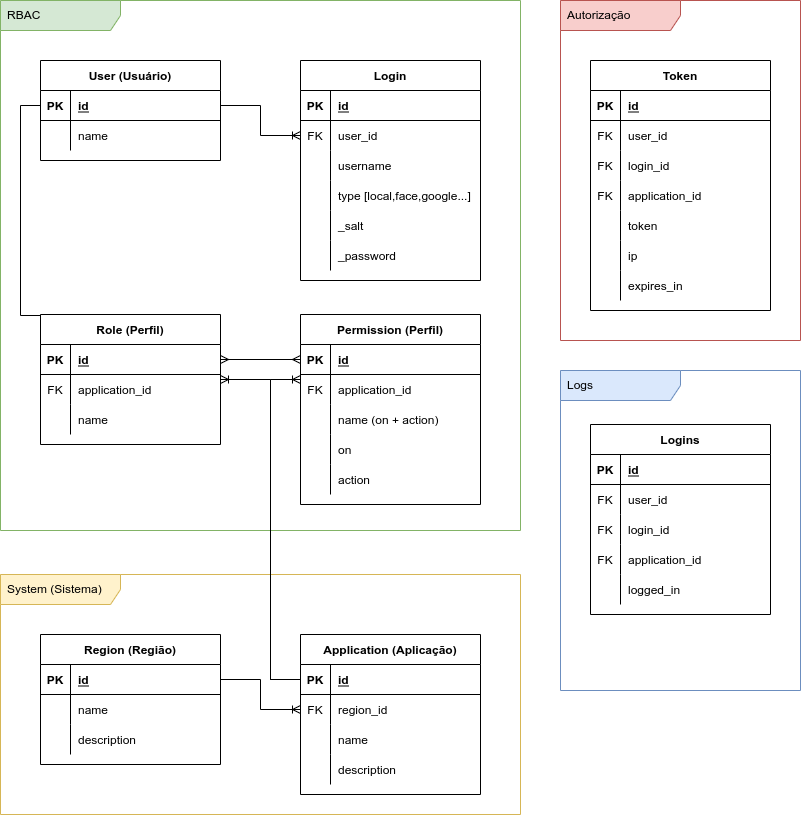
Earlier version of the draw.io export docs/src/assets/diagram_database.png (thalamusfiles/iam). Source tidied: cells renumbered, new cells last; positions are measured from the earlier drawing's top-left corner, leaving out a move shared by most shapes.
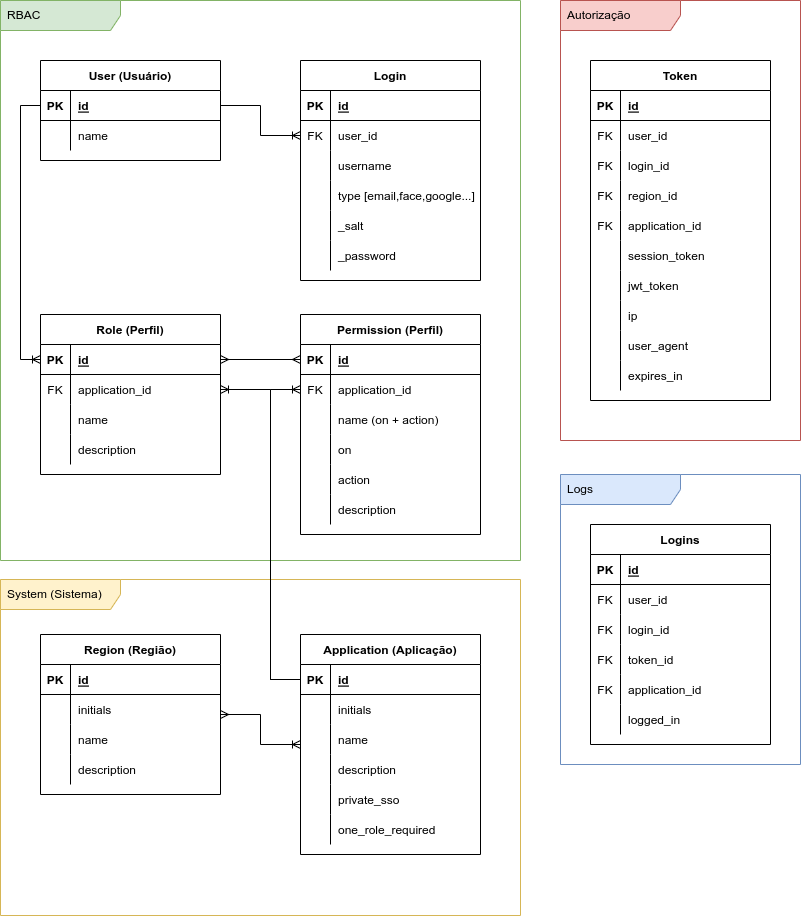
Above is the later version.

The edit, as a diff of the source:
```diff
@@ -3,16 +3,16 @@
     <mxCell id="0" />
     <mxCell id="1" parent="0" />
     <mxCell id="2" value="RBAC" style="shape=umlFrame;whiteSpace=wrap;html=1;width=120;height=30;boundedLbl=1;verticalAlign=middle;align=left;spacingLeft=5;fillColor=#d5e8d4;strokeColor=#82b366;swimlaneFillColor=default;" parent="1" vertex="1">
-      <mxGeometry width="520" height="530" as="geometry" />
+      <mxGeometry width="520" height="560" as="geometry" />
     </mxCell>
     <mxCell id="3" value="Autorização" style="shape=umlFrame;whiteSpace=wrap;html=1;width=120;height=30;boundedLbl=1;verticalAlign=middle;align=left;spacingLeft=5;fillColor=#f8cecc;strokeColor=#b85450;swimlaneFillColor=default;" parent="1" vertex="1">
-      <mxGeometry x="560" width="240" height="340" as="geometry" />
+      <mxGeometry x="560" width="240" height="440" as="geometry" />
     </mxCell>
     <mxCell id="4" style="edgeStyle=orthogonalEdgeStyle;rounded=0;jettySize=auto;html=1;endArrow=ERoneToMany;endFill=0;" parent="1" edge="1" source="6" target="13">
       <mxGeometry relative="1" as="geometry">
         <Array as="points">
           <mxPoint x="20" y="105" />
-          <mxPoint x="20" y="315" />
+          <mxPoint x="20" y="359" />
         </Array>
       </mxGeometry>
     </mxCell>
@@ -38,7 +38,7 @@
       <mxGeometry x="30" width="150" height="30" as="geometry" />
     </mxCell>
     <mxCell id="12" value="Role (Perfil)" style="shape=table;startSize=30;rowLines=0;fontStyle=1;align=center;" parent="1" vertex="1">
-      <mxGeometry x="40" y="314" width="180" height="130" as="geometry" />
+      <mxGeometry x="40" y="314" width="180" height="160" as="geometry" />
     </mxCell>
     <mxCell id="13" style="shape=tableRow;horizontal=0;startSize=0;swimlaneHead=0;swimlaneBody=0;fillColor=none;points=[[0,0.5],[1,0.5]];portConstraint=eastwest;top=0;left=0;right=0;bottom=1;" parent="12" vertex="1">
       <mxGeometry y="30" width="180" height="30" as="geometry" />
@@ -67,11 +67,20 @@
     <mxCell id="21" value="name" style="shape=partialRectangle;fillColor=none;top=0;left=0;bottom=0;right=0;align=left;spacingLeft=6;overflow=hidden;" parent="19" vertex="1">
       <mxGeometry x="30" width="150" height="30" as="geometry" />
     </mxCell>
+    <mxCell id="125" style="shape=tableRow;horizontal=0;startSize=0;swimlaneHead=0;swimlaneBody=0;fillColor=none;top=0;left=0;right=0;bottom=0;" parent="12" vertex="1">
+      <mxGeometry y="120" width="180" height="30" as="geometry" />
+    </mxCell>
+    <mxCell id="126" style="shape=partialRectangle;fillColor=none;top=0;left=0;bottom=0;right=0;overflow=hidden;" parent="125" vertex="1">
+      <mxGeometry width="30" height="30" as="geometry" />
+    </mxCell>
+    <mxCell id="127" value="description" style="shape=partialRectangle;fillColor=none;top=0;left=0;bottom=0;right=0;align=left;spacingLeft=6;overflow=hidden;" parent="125" vertex="1">
+      <mxGeometry x="30" width="150" height="30" as="geometry" />
+    </mxCell>
     <mxCell id="22" value="System (Sistema)" style="shape=umlFrame;whiteSpace=wrap;html=1;width=120;height=30;boundedLbl=1;verticalAlign=middle;align=left;spacingLeft=5;fillColor=#fff2cc;strokeColor=#d6b656;swimlaneFillColor=default;" parent="1" vertex="1">
-      <mxGeometry y="574" width="520" height="240" as="geometry" />
+      <mxGeometry y="579" width="520" height="336" as="geometry" />
     </mxCell>
     <mxCell id="23" value="Permission (Perfil)" style="shape=table;startSize=30;rowLines=0;fontStyle=1;align=center;" parent="1" vertex="1">
-      <mxGeometry x="300" y="314" width="180" height="190" as="geometry" />
+      <mxGeometry x="300" y="314" width="180" height="220" as="geometry" />
     </mxCell>
     <mxCell id="24" style="shape=tableRow;horizontal=0;startSize=0;swimlaneHead=0;swimlaneBody=0;fillColor=none;points=[[0,0.5],[1,0.5]];portConstraint=eastwest;top=0;left=0;right=0;bottom=1;" parent="23" vertex="1">
       <mxGeometry y="30" width="180" height="30" as="geometry" />
@@ -118,11 +127,20 @@
     <mxCell id="38" value="action" style="shape=partialRectangle;fillColor=none;top=0;left=0;bottom=0;right=0;align=left;spacingLeft=6;overflow=hidden;" parent="36" vertex="1">
       <mxGeometry x="30" width="150" height="30" as="geometry" />
     </mxCell>
+    <mxCell id="128" style="shape=tableRow;horizontal=0;startSize=0;swimlaneHead=0;swimlaneBody=0;fillColor=none;top=0;left=0;right=0;bottom=0;" parent="23" vertex="1">
+      <mxGeometry y="180" width="180" height="30" as="geometry" />
+    </mxCell>
+    <mxCell id="129" style="shape=partialRectangle;fillColor=none;top=0;left=0;bottom=0;right=0;overflow=hidden;" parent="128" vertex="1">
+      <mxGeometry width="30" height="30" as="geometry" />
+    </mxCell>
+    <mxCell id="130" value="description" style="shape=partialRectangle;fillColor=none;top=0;left=0;bottom=0;right=0;align=left;spacingLeft=6;overflow=hidden;" parent="128" vertex="1">
+      <mxGeometry x="30" width="150" height="30" as="geometry" />
+    </mxCell>
     <mxCell id="39" style="edgeStyle=orthogonalEdgeStyle;rounded=0;jettySize=auto;html=1;endArrow=ERmany;endFill=0;startArrow=ERmany;startFill=0;" parent="1" edge="1" source="13" target="24">
       <mxGeometry relative="1" as="geometry" />
     </mxCell>
     <mxCell id="40" value="Region (Região)" style="shape=table;startSize=30;rowLines=0;fontStyle=1;align=center;" parent="1" vertex="1">
-      <mxGeometry x="40" y="634" width="180" height="130" as="geometry" />
+      <mxGeometry x="40" y="634" width="180" height="160" as="geometry" />
     </mxCell>
     <mxCell id="41" style="shape=tableRow;horizontal=0;startSize=0;swimlaneHead=0;swimlaneBody=0;fillColor=none;points=[[0,0.5],[1,0.5]];portConstraint=eastwest;top=0;left=0;right=0;bottom=1;" parent="40" vertex="1">
       <mxGeometry y="30" width="180" height="30" as="geometry" />
@@ -139,11 +157,20 @@
     <mxCell id="45" style="shape=partialRectangle;fillColor=none;top=0;left=0;bottom=0;right=0;overflow=hidden;" parent="44" vertex="1">
       <mxGeometry width="30" height="30" as="geometry" />
     </mxCell>
-    <mxCell id="46" value="name" style="shape=partialRectangle;fillColor=none;top=0;left=0;bottom=0;right=0;align=left;spacingLeft=6;overflow=hidden;" parent="44" vertex="1">
+    <mxCell id="46" value="initials" style="shape=partialRectangle;fillColor=none;top=0;left=0;bottom=0;right=0;align=left;spacingLeft=6;overflow=hidden;" parent="44" vertex="1">
       <mxGeometry x="30" width="150" height="30" as="geometry" />
     </mxCell>
+    <mxCell id="131" style="shape=tableRow;horizontal=0;startSize=0;swimlaneHead=0;swimlaneBody=0;fillColor=none;top=0;left=0;right=0;bottom=0;" parent="40" vertex="1">
+      <mxGeometry y="90" width="180" height="30" as="geometry" />
+    </mxCell>
+    <mxCell id="132" style="shape=partialRectangle;fillColor=none;top=0;left=0;bottom=0;right=0;overflow=hidden;" parent="131" vertex="1">
+      <mxGeometry width="30" height="30" as="geometry" />
+    </mxCell>
+    <mxCell id="133" value="name" style="shape=partialRectangle;fillColor=none;top=0;left=0;bottom=0;right=0;align=left;spacingLeft=6;overflow=hidden;" parent="131" vertex="1">
+      <mxGeometry x="30" width="150" height="30" as="geometry" />
+    </mxCell>
     <mxCell id="47" style="shape=tableRow;horizontal=0;startSize=0;swimlaneHead=0;swimlaneBody=0;fillColor=none;top=0;left=0;right=0;bottom=0;" parent="40" vertex="1">
-      <mxGeometry y="90" width="180" height="30" as="geometry" />
+      <mxGeometry y="120" width="180" height="30" as="geometry" />
     </mxCell>
     <mxCell id="48" style="shape=partialRectangle;fillColor=none;top=0;left=0;bottom=0;right=0;overflow=hidden;" parent="47" vertex="1">
       <mxGeometry width="30" height="30" as="geometry" />
@@ -152,7 +179,7 @@
       <mxGeometry x="30" width="150" height="30" as="geometry" />
     </mxCell>
     <mxCell id="50" value="Application (Aplicação)" style="shape=table;startSize=30;rowLines=0;fontStyle=1;align=center;" parent="1" vertex="1">
-      <mxGeometry x="300" y="634" width="180" height="160" as="geometry" />
+      <mxGeometry x="300" y="634" width="180" height="220" as="geometry" />
     </mxCell>
     <mxCell id="51" style="shape=tableRow;horizontal=0;startSize=0;swimlaneHead=0;swimlaneBody=0;fillColor=none;points=[[0,0.5],[1,0.5]];portConstraint=eastwest;top=0;left=0;right=0;bottom=1;" parent="50" vertex="1">
       <mxGeometry y="30" width="180" height="30" as="geometry" />
@@ -166,12 +193,12 @@
     <mxCell id="54" style="shape=tableRow;horizontal=0;startSize=0;swimlaneHead=0;swimlaneBody=0;fillColor=none;points=[[0,0.5],[1,0.5]];portConstraint=eastwest;top=0;left=0;right=0;bottom=0;" parent="50" vertex="1">
       <mxGeometry y="60" width="180" height="30" as="geometry" />
     </mxCell>
-    <mxCell id="55" value="FK" style="shape=partialRectangle;fillColor=none;top=0;left=0;bottom=0;right=0;fontStyle=0;overflow=hidden;" parent="54" vertex="1">
-      <mxGeometry width="30" height="30" as="geometry" />
-    </mxCell>
-    <mxCell id="56" value="region_id" style="shape=partialRectangle;fillColor=none;top=0;left=0;bottom=0;right=0;align=left;spacingLeft=6;fontStyle=0;overflow=hidden;" parent="54" vertex="1">
-      <mxGeometry x="30" width="150" height="30" as="geometry" />
-    </mxCell>
+    <mxCell id="134" style="shape=partialRectangle;fillColor=none;top=0;left=0;bottom=0;right=0;overflow=hidden;" parent="54" vertex="1">
+      <mxGeometry width="30" height="30" as="geometry" />
+    </mxCell>
+    <mxCell id="135" value="initials" style="shape=partialRectangle;fillColor=none;top=0;left=0;bottom=0;right=0;align=left;spacingLeft=6;overflow=hidden;" parent="54" vertex="1">
+      <mxGeometry x="30" width="150" height="30" as="geometry" />
+    </mxCell>
     <mxCell id="57" style="shape=tableRow;horizontal=0;startSize=0;swimlaneHead=0;swimlaneBody=0;fillColor=none;top=0;left=0;right=0;bottom=0;" parent="50" vertex="1">
       <mxGeometry y="90" width="180" height="30" as="geometry" />
     </mxCell>
@@ -190,14 +217,32 @@
     <mxCell id="62" value="description" style="shape=partialRectangle;fillColor=none;top=0;left=0;bottom=0;right=0;align=left;spacingLeft=6;overflow=hidden;" parent="60" vertex="1">
       <mxGeometry x="30" width="150" height="30" as="geometry" />
     </mxCell>
+    <mxCell id="136" style="shape=tableRow;horizontal=0;startSize=0;swimlaneHead=0;swimlaneBody=0;fillColor=none;top=0;left=0;right=0;bottom=0;" parent="50" vertex="1">
+      <mxGeometry y="150" width="180" height="30" as="geometry" />
+    </mxCell>
+    <mxCell id="137" style="shape=partialRectangle;fillColor=none;top=0;left=0;bottom=0;right=0;overflow=hidden;" parent="136" vertex="1">
+      <mxGeometry width="30" height="30" as="geometry" />
+    </mxCell>
+    <mxCell id="138" value="private_sso" style="shape=partialRectangle;fillColor=none;top=0;left=0;bottom=0;right=0;align=left;spacingLeft=6;overflow=hidden;" parent="136" vertex="1">
+      <mxGeometry x="30" width="150" height="30" as="geometry" />
+    </mxCell>
+    <mxCell id="139" style="shape=tableRow;horizontal=0;startSize=0;swimlaneHead=0;swimlaneBody=0;fillColor=none;top=0;left=0;right=0;bottom=0;" parent="50" vertex="1">
+      <mxGeometry y="180" width="180" height="30" as="geometry" />
+    </mxCell>
+    <mxCell id="140" style="shape=partialRectangle;fillColor=none;top=0;left=0;bottom=0;right=0;overflow=hidden;" parent="139" vertex="1">
+      <mxGeometry width="30" height="30" as="geometry" />
+    </mxCell>
+    <mxCell id="141" value="one_role_required" style="shape=partialRectangle;fillColor=none;top=0;left=0;bottom=0;right=0;align=left;spacingLeft=6;overflow=hidden;" parent="139" vertex="1">
+      <mxGeometry x="30" width="150" height="30" as="geometry" />
+    </mxCell>
-    <mxCell id="63" style="edgeStyle=orthogonalEdgeStyle;rounded=0;jettySize=auto;html=1;endArrow=ERoneToMany;endFill=0;" parent="1" edge="1" source="41" target="54">
+    <mxCell id="63" style="edgeStyle=orthogonalEdgeStyle;rounded=0;jettySize=auto;html=1;endArrow=ERoneToMany;endFill=0;startArrow=ERmany;startFill=0;" parent="1" edge="1" source="40" target="50">
       <mxGeometry relative="1" as="geometry" />
     </mxCell>
     <mxCell id="64" style="edgeStyle=orthogonalEdgeStyle;rounded=0;jettySize=auto;html=1;endArrow=ERoneToMany;endFill=0;" parent="1" edge="1" source="51" target="27">
       <mxGeometry relative="1" as="geometry">
         <Array as="points">
           <mxPoint x="270" y="679" />
-          <mxPoint x="270" y="379" />
+          <mxPoint x="270" y="389" />
         </Array>
       </mxGeometry>
     </mxCell>
@@ -205,7 +250,7 @@
       <mxGeometry relative="1" as="geometry">
         <Array as="points">
           <mxPoint x="270" y="679" />
-          <mxPoint x="270" y="379" />
+          <mxPoint x="270" y="389" />
         </Array>
       </mxGeometry>
     </mxCell>
@@ -245,7 +290,7 @@
     <mxCell id="77" style="shape=partialRectangle;fillColor=none;top=0;left=0;bottom=0;right=0;overflow=hidden;" parent="76" vertex="1">
       <mxGeometry width="30" height="30" as="geometry" />
     </mxCell>
-    <mxCell id="78" value="type [local,face,google...]" style="shape=partialRectangle;fillColor=none;top=0;left=0;bottom=0;right=0;align=left;spacingLeft=6;overflow=hidden;" parent="76" vertex="1">
+    <mxCell id="78" value="type [email,face,google...]" style="shape=partialRectangle;fillColor=none;top=0;left=0;bottom=0;right=0;align=left;spacingLeft=6;overflow=hidden;" parent="76" vertex="1">
       <mxGeometry x="30" width="150" height="30" as="geometry" />
     </mxCell>
     <mxCell id="79" style="shape=tableRow;horizontal=0;startSize=0;swimlaneHead=0;swimlaneBody=0;fillColor=none;top=0;left=0;right=0;bottom=0;" parent="66" vertex="1">
@@ -275,7 +320,7 @@
       </mxGeometry>
     </mxCell>
     <mxCell id="86" value="Token" style="shape=table;startSize=30;rowLines=0;fontStyle=1;align=center;" parent="1" vertex="1">
-      <mxGeometry x="590" y="60" width="180" height="250" as="geometry" />
+      <mxGeometry x="590" y="60" width="180" height="340" as="geometry" />
     </mxCell>
     <mxCell id="87" style="shape=tableRow;horizontal=0;startSize=0;swimlaneHead=0;swimlaneBody=0;fillColor=none;top=0;left=0;right=0;bottom=1;" parent="86" vertex="1">
       <mxGeometry y="30" width="180" height="30" as="geometry" />
@@ -304,8 +349,17 @@
     <mxCell id="95" value="login_id" style="shape=partialRectangle;fillColor=none;top=0;left=0;bottom=0;right=0;align=left;spacingLeft=6;fontStyle=0;overflow=hidden;" parent="93" vertex="1">
       <mxGeometry x="30" width="150" height="30" as="geometry" />
     </mxCell>
+    <mxCell id="142" style="shape=tableRow;horizontal=0;startSize=0;swimlaneHead=0;swimlaneBody=0;fillColor=none;top=0;left=0;right=0;bottom=0;" parent="86" vertex="1">
+      <mxGeometry y="120" width="180" height="30" as="geometry" />
+    </mxCell>
+    <mxCell id="143" value="FK" style="shape=partialRectangle;fillColor=none;top=0;left=0;bottom=0;right=0;fontStyle=0;overflow=hidden;" parent="142" vertex="1">
+      <mxGeometry width="30" height="30" as="geometry" />
+    </mxCell>
+    <mxCell id="56" value="region_id" style="shape=partialRectangle;fillColor=none;top=0;left=0;bottom=0;right=0;align=left;spacingLeft=6;fontStyle=0;overflow=hidden;" parent="142" vertex="1">
+      <mxGeometry x="30" width="150" height="30" as="geometry" />
+    </mxCell>
     <mxCell id="96" style="shape=tableRow;horizontal=0;startSize=0;swimlaneHead=0;swimlaneBody=0;fillColor=none;top=0;left=0;right=0;bottom=0;" parent="86" vertex="1">
-      <mxGeometry y="120" width="180" height="30" as="geometry" />
+      <mxGeometry y="150" width="180" height="30" as="geometry" />
     </mxCell>
     <mxCell id="97" value="FK" style="shape=partialRectangle;fillColor=none;top=0;left=0;bottom=0;right=0;fontStyle=0;overflow=hidden;" parent="96" vertex="1">
       <mxGeometry width="30" height="30" as="geometry" />
@@ -313,17 +367,26 @@
     <mxCell id="98" value="application_id" style="shape=partialRectangle;fillColor=none;top=0;left=0;bottom=0;right=0;align=left;spacingLeft=6;fontStyle=0;overflow=hidden;" parent="96" vertex="1">
       <mxGeometry x="30" width="150" height="30" as="geometry" />
     </mxCell>
+    <mxCell id="144" style="shape=tableRow;horizontal=0;startSize=0;swimlaneHead=0;swimlaneBody=0;fillColor=none;top=0;left=0;right=0;bottom=0;" parent="86" vertex="1">
+      <mxGeometry y="180" width="180" height="30" as="geometry" />
+    </mxCell>
+    <mxCell id="145" style="shape=partialRectangle;fillColor=none;top=0;left=0;bottom=0;right=0;overflow=hidden;" parent="144" vertex="1">
+      <mxGeometry width="30" height="30" as="geometry" />
+    </mxCell>
+    <mxCell id="146" value="session_token" style="shape=partialRectangle;fillColor=none;top=0;left=0;bottom=0;right=0;align=left;spacingLeft=6;overflow=hidden;" parent="144" vertex="1">
+      <mxGeometry x="30" width="150" height="30" as="geometry" />
+    </mxCell>
     <mxCell id="99" style="shape=tableRow;horizontal=0;startSize=0;swimlaneHead=0;swimlaneBody=0;fillColor=none;top=0;left=0;right=0;bottom=0;" parent="86" vertex="1">
-      <mxGeometry y="150" width="180" height="30" as="geometry" />
+      <mxGeometry y="210" width="180" height="30" as="geometry" />
     </mxCell>
     <mxCell id="100" style="shape=partialRectangle;fillColor=none;top=0;left=0;bottom=0;right=0;overflow=hidden;" parent="99" vertex="1">
       <mxGeometry width="30" height="30" as="geometry" />
     </mxCell>
-    <mxCell id="101" value="token" style="shape=partialRectangle;fillColor=none;top=0;left=0;bottom=0;right=0;align=left;spacingLeft=6;overflow=hidden;" parent="99" vertex="1">
+    <mxCell id="101" value="jwt_token" style="shape=partialRectangle;fillColor=none;top=0;left=0;bottom=0;right=0;align=left;spacingLeft=6;overflow=hidden;" parent="99" vertex="1">
       <mxGeometry x="30" width="150" height="30" as="geometry" />
     </mxCell>
     <mxCell id="102" style="shape=tableRow;horizontal=0;startSize=0;swimlaneHead=0;swimlaneBody=0;fillColor=none;top=0;left=0;right=0;bottom=0;" parent="86" vertex="1">
-      <mxGeometry y="180" width="180" height="30" as="geometry" />
+      <mxGeometry y="240" width="180" height="30" as="geometry" />
     </mxCell>
     <mxCell id="103" style="shape=partialRectangle;fillColor=none;top=0;left=0;bottom=0;right=0;overflow=hidden;" parent="102" vertex="1">
       <mxGeometry width="30" height="30" as="geometry" />
@@ -331,8 +394,17 @@
     <mxCell id="104" value="ip" style="shape=partialRectangle;fillColor=none;top=0;left=0;bottom=0;right=0;align=left;spacingLeft=6;overflow=hidden;" parent="102" vertex="1">
       <mxGeometry x="30" width="150" height="30" as="geometry" />
     </mxCell>
+    <mxCell id="147" style="shape=tableRow;horizontal=0;startSize=0;swimlaneHead=0;swimlaneBody=0;fillColor=none;top=0;left=0;right=0;bottom=0;" parent="86" vertex="1">
+      <mxGeometry y="270" width="180" height="30" as="geometry" />
+    </mxCell>
+    <mxCell id="148" style="shape=partialRectangle;fillColor=none;top=0;left=0;bottom=0;right=0;overflow=hidden;" parent="147" vertex="1">
+      <mxGeometry width="30" height="30" as="geometry" />
+    </mxCell>
+    <mxCell id="149" value="user_agent" style="shape=partialRectangle;fillColor=none;top=0;left=0;bottom=0;right=0;align=left;spacingLeft=6;overflow=hidden;" parent="147" vertex="1">
+      <mxGeometry x="30" width="150" height="30" as="geometry" />
+    </mxCell>
     <mxCell id="105" style="shape=tableRow;horizontal=0;startSize=0;swimlaneHead=0;swimlaneBody=0;fillColor=none;top=0;left=0;right=0;bottom=0;" parent="86" vertex="1">
-      <mxGeometry y="210" width="180" height="30" as="geometry" />
+      <mxGeometry y="300" width="180" height="30" as="geometry" />
     </mxCell>
     <mxCell id="106" style="shape=partialRectangle;fillColor=none;top=0;left=0;bottom=0;right=0;overflow=hidden;" parent="105" vertex="1">
       <mxGeometry width="30" height="30" as="geometry" />
@@ -341,10 +413,10 @@
       <mxGeometry x="30" width="150" height="30" as="geometry" />
     </mxCell>
     <mxCell id="108" value="Logs" style="shape=umlFrame;whiteSpace=wrap;html=1;width=120;height=30;boundedLbl=1;verticalAlign=middle;align=left;spacingLeft=5;fillColor=#dae8fc;strokeColor=#6c8ebf;swimlaneFillColor=default;" parent="1" vertex="1">
-      <mxGeometry x="560" y="370" width="240" height="320" as="geometry" />
+      <mxGeometry x="560" y="474" width="240" height="290" as="geometry" />
     </mxCell>
     <mxCell id="109" value="Logins" style="shape=table;startSize=30;rowLines=0;fontStyle=1;align=center;" parent="1" vertex="1">
-      <mxGeometry x="590" y="424" width="180" height="190" as="geometry" />
+      <mxGeometry x="590" y="524" width="180" height="220" as="geometry" />
     </mxCell>
     <mxCell id="110" style="shape=tableRow;horizontal=0;startSize=0;swimlaneHead=0;swimlaneBody=0;fillColor=none;top=0;left=0;right=0;bottom=1;" parent="109" vertex="1">
       <mxGeometry y="30" width="180" height="30" as="geometry" />
@@ -379,11 +451,20 @@
     <mxCell id="120" value="FK" style="shape=partialRectangle;fillColor=none;top=0;left=0;bottom=0;right=0;fontStyle=0;overflow=hidden;" parent="119" vertex="1">
       <mxGeometry width="30" height="30" as="geometry" />
     </mxCell>
-    <mxCell id="121" value="application_id" style="shape=partialRectangle;fillColor=none;top=0;left=0;bottom=0;right=0;align=left;spacingLeft=6;fontStyle=0;overflow=hidden;" parent="119" vertex="1">
+    <mxCell id="121" value="token_id" style="shape=partialRectangle;fillColor=none;top=0;left=0;bottom=0;right=0;align=left;spacingLeft=6;fontStyle=0;overflow=hidden;" parent="119" vertex="1">
       <mxGeometry x="30" width="150" height="30" as="geometry" />
     </mxCell>
+    <mxCell id="150" style="shape=tableRow;horizontal=0;startSize=0;swimlaneHead=0;swimlaneBody=0;fillColor=none;top=0;left=0;right=0;bottom=0;" parent="109" vertex="1">
+      <mxGeometry y="150" width="180" height="30" as="geometry" />
+    </mxCell>
+    <mxCell id="151" value="FK" style="shape=partialRectangle;fillColor=none;top=0;left=0;bottom=0;right=0;fontStyle=0;overflow=hidden;" parent="150" vertex="1">
+      <mxGeometry width="30" height="30" as="geometry" />
+    </mxCell>
+    <mxCell id="152" value="application_id" style="shape=partialRectangle;fillColor=none;top=0;left=0;bottom=0;right=0;align=left;spacingLeft=6;fontStyle=0;overflow=hidden;" parent="150" vertex="1">
+      <mxGeometry x="30" width="150" height="30" as="geometry" />
+    </mxCell>
     <mxCell id="122" style="shape=tableRow;horizontal=0;startSize=0;swimlaneHead=0;swimlaneBody=0;fillColor=none;top=0;left=0;right=0;bottom=0;" parent="109" vertex="1">
-      <mxGeometry y="150" width="180" height="30" as="geometry" />
+      <mxGeometry y="180" width="180" height="30" as="geometry" />
     </mxCell>
     <mxCell id="123" style="shape=partialRectangle;fillColor=none;top=0;left=0;bottom=0;right=0;overflow=hidden;" parent="122" vertex="1">
       <mxGeometry width="30" height="30" as="geometry" />
```
